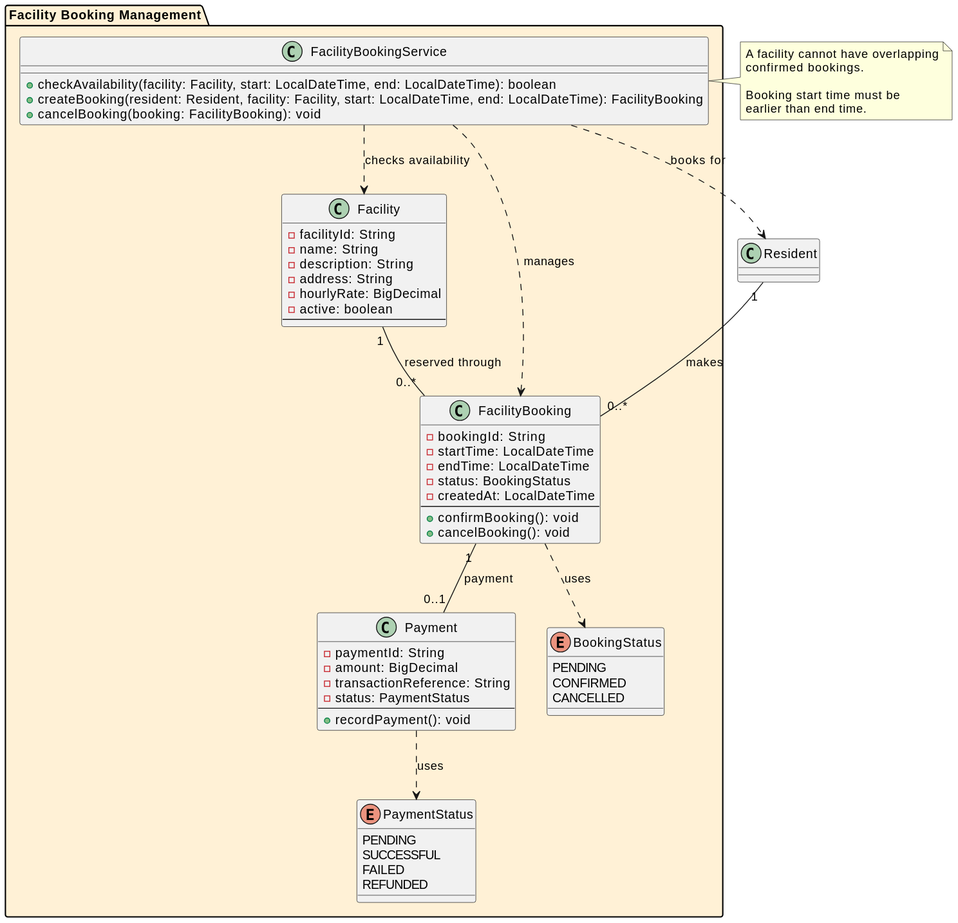
This is out/docs/uml/modules/facility-booking/facility-booking.svg from gg-sajanbasnet/ICT602-MEL_S2_2026-1, a PlantUML export, as it was before one commit. Source of this version:
```plantuml
@startuml

package "Facility Booking Management" #FFF1D6 {

  class Facility {
    - facilityId: String
    - name: String
    - description: String
    - address: String
    - hourlyRate: BigDecimal
    - active: boolean
    --
  }

  class FacilityBooking {
    - bookingId: String
    - startTime: LocalDateTime
    - endTime: LocalDateTime
    - status: BookingStatus
    - createdAt: LocalDateTime
    --
    + confirmBooking(): void
    + cancelBooking(): void
  }

  class Payment {
    - paymentId: String
    - amount: BigDecimal
    - transactionReference: String
    - status: PaymentStatus
    --
    + recordPayment(): void
  }

  class FacilityBookingService {
    + checkAvailability(facility: Facility, start: LocalDateTime, end: LocalDateTime): boolean
    + createBooking(resident: Resident, facility: Facility, start: LocalDateTime, end: LocalDateTime): FacilityBooking
    + cancelBooking(booking: FacilityBooking): void
  }

  enum BookingStatus {
    PENDING
    CONFIRMED
    CANCELLED
  }

  enum PaymentStatus {
    PENDING
    SUCCESSFUL
    FAILED
    REFUNDED
  }
}


Resident "1" -- "0..*" FacilityBooking : makes

Facility "1" -- "0..*" FacilityBooking : reserved through

FacilityBooking "1" -- "0..1" Payment : payment

FacilityBooking ..> BookingStatus : uses
Payment ..> PaymentStatus : uses
FacilityBookingService ..> Facility : checks availability
FacilityBookingService ..> FacilityBooking : manages
FacilityBookingService ..> Resident : books for

note right of FacilityBookingService
  A facility cannot have overlapping
  confirmed bookings.

  Booking start time must be
  earlier than end time.
end note
@enduml
```
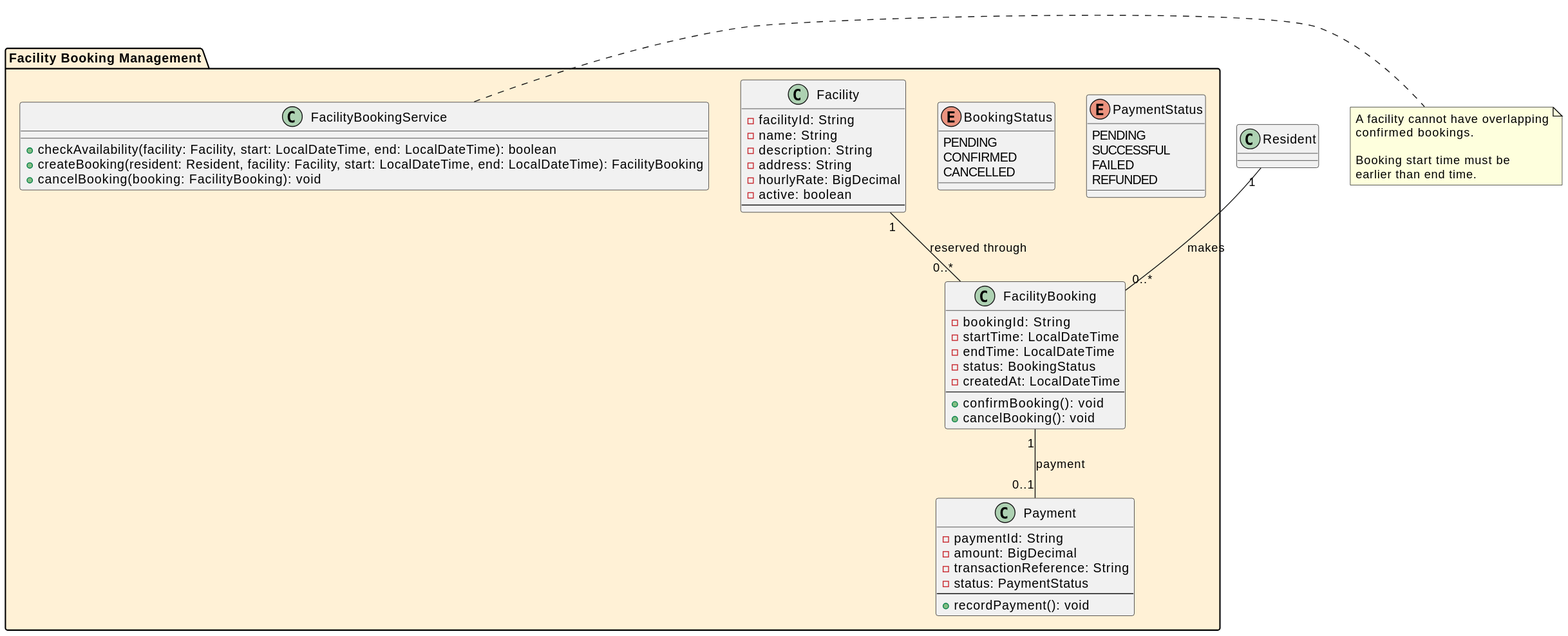
Later version of the same file.

The edit, as a diff of the source:
```diff
@@ -1,5 +1,4 @@
 @startuml
-
 package "Facility Booking Management" #FFF1D6 {
 
   class Facility {
@@ -59,12 +58,6 @@
 
 FacilityBooking "1" -- "0..1" Payment : payment
 
-FacilityBooking ..> BookingStatus : uses
-Payment ..> PaymentStatus : uses
-FacilityBookingService ..> Facility : checks availability
-FacilityBookingService ..> FacilityBooking : manages
-FacilityBookingService ..> Resident : books for
-
 note right of FacilityBookingService
   A facility cannot have overlapping
   confirmed bookings.
```
